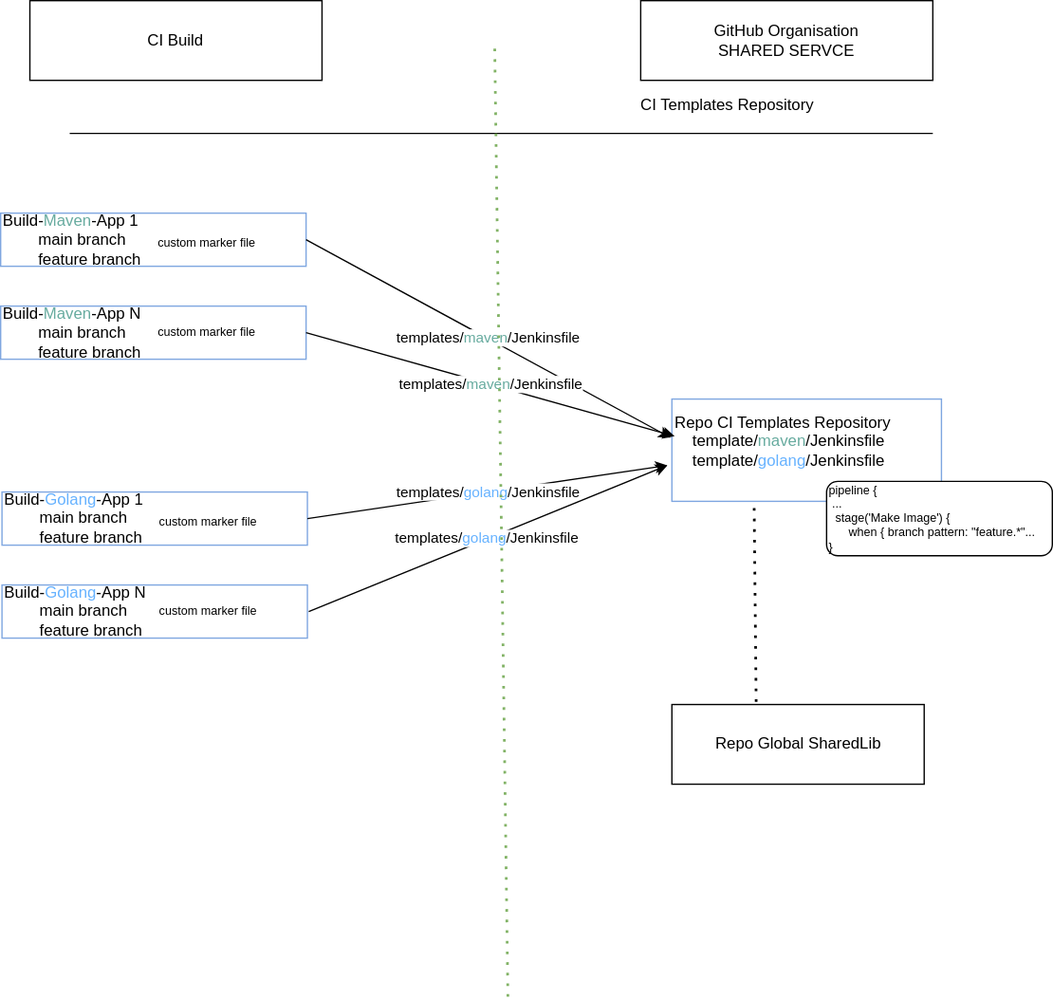
The draw.io diagram images/CI-Diagramms-CustomMarkerFiles.drawio.svg in cb-ci-templates/ci-templates, before a commit. Source tidied: cells renumbered, new cells last; positions are measured from the earlier drawing's top-left corner, leaving out a move shared by most shapes. Its diagram source:
```xml
<mxGraphModel>
  <root>
    <mxCell id="0" />
    <mxCell id="1" parent="0" />
    <mxCell id="2" value="Build-&lt;font color=&quot;#67ab9f&quot;&gt;Maven&lt;/font&gt;-App 1&lt;br&gt;&lt;span style=&quot;white-space: pre&quot;&gt;&#9;&lt;/span&gt;main branch&lt;br&gt;&lt;span style=&quot;white-space: pre&quot;&gt;&#9;&lt;/span&gt;feature branch" style="rounded=0;whiteSpace=wrap;html=1;strokeColor=#7EA6E0;align=left;" parent="1" vertex="1">
      <mxGeometry y="160" width="230" height="40" as="geometry" />
    </mxCell>
    <mxCell id="3" value="Build-&lt;font color=&quot;#67ab9f&quot;&gt;Maven&lt;/font&gt;-App N&lt;br&gt;&lt;span style=&quot;white-space: pre&quot;&gt;&#9;&lt;/span&gt;main branch&lt;br&gt;&lt;span style=&quot;white-space: pre&quot;&gt;&#9;&lt;/span&gt;feature branch" style="rounded=0;whiteSpace=wrap;html=1;strokeColor=#7EA6E0;align=left;" parent="1" vertex="1">
      <mxGeometry y="230" width="230" height="40" as="geometry" />
    </mxCell>
    <mxCell id="4" style="endArrow=none;html=1;rounded=0;" parent="1" edge="1">
      <mxGeometry relative="1" as="geometry">
        <mxPoint x="52" y="100" as="sourcePoint" />
        <mxPoint x="702" y="100" as="targetPoint" />
      </mxGeometry>
    </mxCell>
    <mxCell id="5" value="CI Templates Repository" style="text;html=1;align=center;verticalAlign=middle;strokeColor=none;fillColor=none;" parent="1" vertex="1">
      <mxGeometry x="472" y="64" width="150" height="30" as="geometry" />
    </mxCell>
    <mxCell id="6" value="Repo CI Templates Repository&lt;br&gt;&lt;span style=&quot;&quot;&gt;&lt;span style=&quot;white-space: pre;&quot;&gt;&amp;nbsp;&amp;nbsp;&amp;nbsp;&amp;nbsp;&lt;/span&gt;&lt;/span&gt;template/&lt;font color=&quot;#67ab9f&quot;&gt;maven&lt;/font&gt;/Jenkinsfile&lt;br&gt;&lt;span style=&quot;&quot;&gt;&lt;span style=&quot;white-space: pre;&quot;&gt;&amp;nbsp;&amp;nbsp;&amp;nbsp;&amp;nbsp;&lt;/span&gt;&lt;/span&gt;template/&lt;font color=&quot;#66b2ff&quot;&gt;golang&lt;/font&gt;/Jenkinsfile&lt;br&gt;&lt;span style=&quot;&quot;&gt;&lt;span style=&quot;&quot;&gt;&amp;nbsp; &amp;nbsp;&amp;nbsp;&lt;span style=&quot;&quot;&gt;&lt;span style=&quot;white-space: pre;&quot;&gt;&amp;nbsp;&amp;nbsp;&amp;nbsp;&amp;nbsp;&lt;/span&gt;&lt;/span&gt;&lt;/span&gt;&lt;/span&gt;" style="rounded=0;whiteSpace=wrap;html=1;strokeColor=#7EA6E0;align=left;" parent="1" vertex="1">
      <mxGeometry x="505.5" y="300" width="203" height="77" as="geometry" />
    </mxCell>
    <mxCell id="7" value="custom marker file" style="text;html=1;align=center;verticalAlign=middle;strokeColor=none;fillColor=none;fontSize=9;" parent="1" vertex="1">
      <mxGeometry x="110" y="173" width="90" height="20" as="geometry" />
    </mxCell>
    <mxCell id="8" value="custom marker file" style="text;html=1;align=center;verticalAlign=middle;strokeColor=none;fillColor=none;fontSize=9;" parent="1" vertex="1">
      <mxGeometry x="110" y="240" width="90" height="20" as="geometry" />
    </mxCell>
    <mxCell id="9" value="&lt;div&gt;pipeline {&lt;/div&gt;&lt;div&gt;&amp;nbsp;...&amp;nbsp;&amp;nbsp;&lt;/div&gt;&lt;div&gt;&amp;nbsp; stage('Make Image') {&lt;br&gt;&lt;/div&gt;&lt;div&gt;&lt;span&gt;&lt;/span&gt;&amp;nbsp; &amp;nbsp; &amp;nbsp; when { branch pattern: &quot;feature.*&quot;...&lt;br&gt;&lt;/div&gt;&lt;div&gt;}&lt;/div&gt;" style="rounded=1;whiteSpace=wrap;html=1;fontSize=9;align=left;" parent="1" vertex="1">
      <mxGeometry x="622" y="362" width="170" height="56" as="geometry" />
    </mxCell>
    <mxCell id="10" value="CI Build" style="whiteSpace=wrap;html=1;" parent="1" vertex="1">
      <mxGeometry x="22" width="220" height="60" as="geometry" />
    </mxCell>
    <mxCell id="11" value="GitHub Organisation&lt;br&gt;SHARED SERVCE" style="whiteSpace=wrap;html=1;" parent="1" vertex="1">
      <mxGeometry x="482" width="220" height="60" as="geometry" />
    </mxCell>
    <mxCell id="12" value="templates/&lt;font color=&quot;#67ab9f&quot;&gt;maven&lt;/font&gt;/Jenkinsfile" style="endArrow=classic;html=1;rounded=0;entryX=-0.005;entryY=0.377;entryDx=0;entryDy=0;entryPerimeter=0;exitX=1;exitY=0.5;exitDx=0;exitDy=0;" parent="1" edge="1" source="2" target="6">
      <mxGeometry relative="1" as="geometry" />
    </mxCell>
    <mxCell id="13" value="templates/&lt;font color=&quot;#67ab9f&quot;&gt;maven&lt;/font&gt;/Jenkinsfile" style="endArrow=classic;html=1;rounded=0;exitX=1;exitY=0.5;exitDx=0;exitDy=0;entryX=0.01;entryY=0.364;entryDx=0;entryDy=0;entryPerimeter=0;" parent="1" edge="1" source="3" target="6">
      <mxGeometry relative="1" as="geometry" />
    </mxCell>
    <mxCell id="14" value="Build-&lt;font color=&quot;#66b2ff&quot;&gt;Golang&lt;/font&gt;-App 1&lt;br&gt;&lt;span style=&quot;white-space: pre&quot;&gt;&#9;&lt;/span&gt;main branch&lt;br&gt;&lt;span style=&quot;white-space: pre&quot;&gt;&#9;&lt;/span&gt;feature branch" style="rounded=0;whiteSpace=wrap;html=1;strokeColor=#7EA6E0;align=left;" parent="1" vertex="1">
      <mxGeometry x="1" y="370" width="230" height="40" as="geometry" />
    </mxCell>
    <mxCell id="15" value="Build-&lt;font color=&quot;#66b2ff&quot;&gt;Golang&lt;/font&gt;-App N&lt;br&gt;&lt;span style=&quot;white-space: pre&quot;&gt;&#9;&lt;/span&gt;main branch&lt;br&gt;&lt;span style=&quot;white-space: pre&quot;&gt;&#9;&lt;/span&gt;feature branch" style="rounded=0;whiteSpace=wrap;html=1;strokeColor=#7EA6E0;align=left;" parent="1" vertex="1">
      <mxGeometry x="1" y="440" width="230" height="40" as="geometry" />
    </mxCell>
    <mxCell id="16" value="custom marker file" style="text;html=1;align=center;verticalAlign=middle;strokeColor=none;fillColor=none;fontSize=9;" parent="1" vertex="1">
      <mxGeometry x="111" y="383" width="90" height="20" as="geometry" />
    </mxCell>
    <mxCell id="17" value="custom marker file" style="text;html=1;align=center;verticalAlign=middle;strokeColor=none;fillColor=none;fontSize=9;" parent="1" vertex="1">
      <mxGeometry x="111" y="450" width="90" height="20" as="geometry" />
    </mxCell>
    <mxCell id="18" value="templates/&lt;font color=&quot;#66b2ff&quot;&gt;golang&lt;/font&gt;/Jenkinsfile" style="endArrow=classic;html=1;rounded=0;exitX=1;exitY=0.5;exitDx=0;exitDy=0;" parent="1" edge="1" source="14">
      <mxGeometry relative="1" as="geometry">
        <mxPoint x="502" y="350" as="targetPoint" />
      </mxGeometry>
    </mxCell>
    <mxCell id="19" value="templates/&lt;font color=&quot;#66b2ff&quot;&gt;golang&lt;/font&gt;/Jenkinsfile" style="endArrow=classic;html=1;rounded=0;" parent="1" edge="1">
      <mxGeometry x="-0.01" relative="1" as="geometry">
        <mxPoint x="232" y="460" as="sourcePoint" />
        <mxPoint x="502" y="350" as="targetPoint" />
      </mxGeometry>
    </mxCell>
    <mxCell id="20" value="Repo Global SharedLib" style="rounded=0;whiteSpace=wrap;html=1;" parent="1" vertex="1">
      <mxGeometry x="505.5" y="530" width="190" height="60" as="geometry" />
    </mxCell>
    <mxCell id="21" style="endArrow=none;dashed=1;html=1;dashPattern=1 3;strokeWidth=2;rounded=0;exitX=0.334;exitY=-0.033;exitDx=0;exitDy=0;exitPerimeter=0;entryX=0.305;entryY=0.987;entryDx=0;entryDy=0;entryPerimeter=0;" parent="1" edge="1" source="20" target="6">
      <mxGeometry relative="1" as="geometry" />
    </mxCell>
    <mxCell id="22" style="endArrow=none;dashed=1;html=1;dashPattern=1 3;strokeWidth=2;rounded=0;fillColor=#d5e8d4;strokeColor=#82b366;" parent="1" edge="1">
      <mxGeometry relative="1" as="geometry">
        <mxPoint x="382" y="750" as="sourcePoint" />
        <mxPoint x="372" y="30" as="targetPoint" />
      </mxGeometry>
    </mxCell>
  </root>
</mxGraphModel>
```
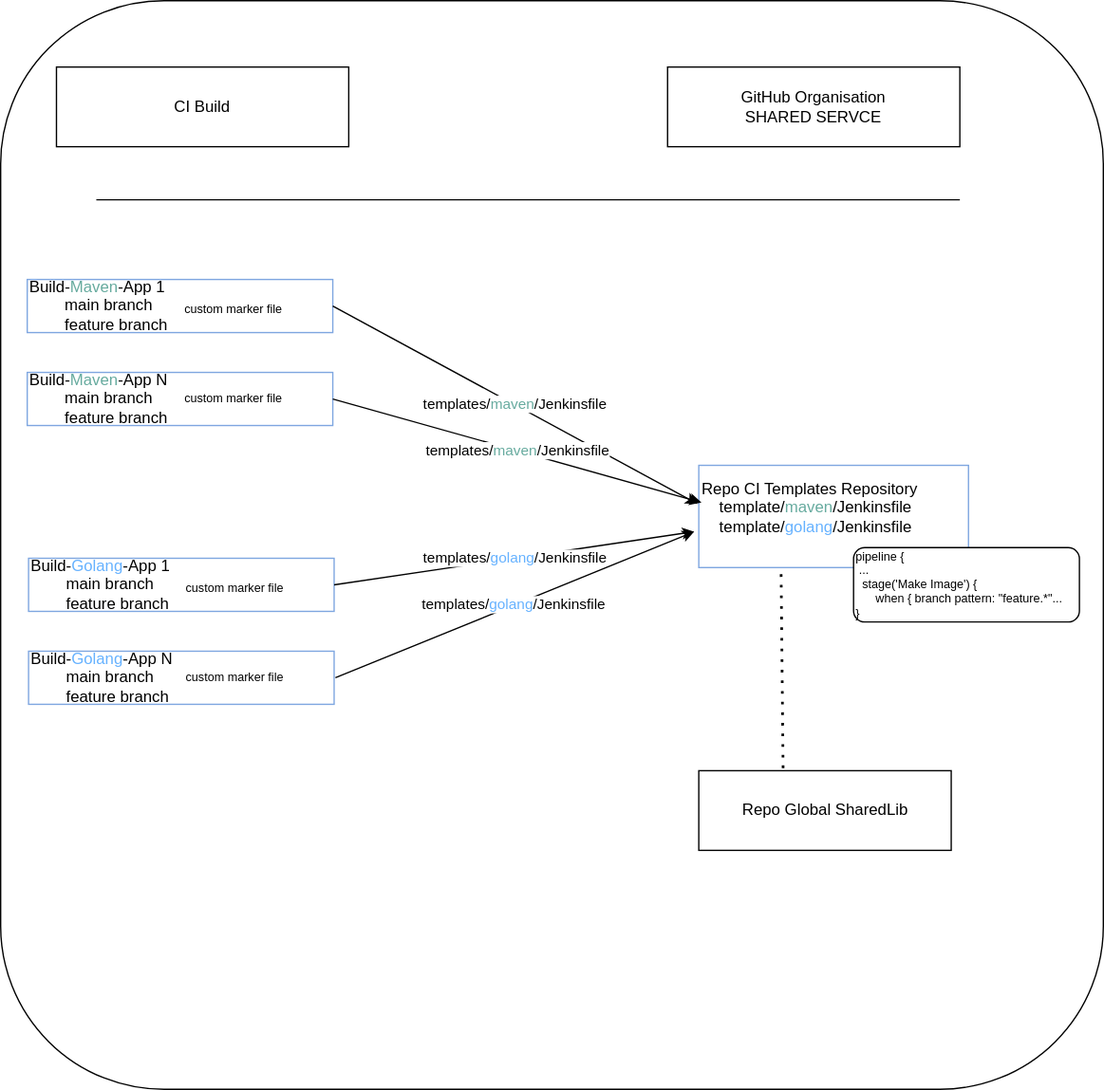
The same file after the commit.

The edit, as a diff of the source:
```diff
@@ -14,9 +14,6 @@
         <mxPoint x="702" y="100" as="targetPoint" />
       </mxGeometry>
     </mxCell>
-    <mxCell id="5" value="CI Templates Repository" style="text;html=1;align=center;verticalAlign=middle;strokeColor=none;fillColor=none;" parent="1" vertex="1">
-      <mxGeometry x="472" y="64" width="150" height="30" as="geometry" />
-    </mxCell>
     <mxCell id="6" value="Repo CI Templates Repository&lt;br&gt;&lt;span style=&quot;&quot;&gt;&lt;span style=&quot;white-space: pre;&quot;&gt;&amp;nbsp;&amp;nbsp;&amp;nbsp;&amp;nbsp;&lt;/span&gt;&lt;/span&gt;template/&lt;font color=&quot;#67ab9f&quot;&gt;maven&lt;/font&gt;/Jenkinsfile&lt;br&gt;&lt;span style=&quot;&quot;&gt;&lt;span style=&quot;white-space: pre;&quot;&gt;&amp;nbsp;&amp;nbsp;&amp;nbsp;&amp;nbsp;&lt;/span&gt;&lt;/span&gt;template/&lt;font color=&quot;#66b2ff&quot;&gt;golang&lt;/font&gt;/Jenkinsfile&lt;br&gt;&lt;span style=&quot;&quot;&gt;&lt;span style=&quot;&quot;&gt;&amp;nbsp; &amp;nbsp;&amp;nbsp;&lt;span style=&quot;&quot;&gt;&lt;span style=&quot;white-space: pre;&quot;&gt;&amp;nbsp;&amp;nbsp;&amp;nbsp;&amp;nbsp;&lt;/span&gt;&lt;/span&gt;&lt;/span&gt;&lt;/span&gt;" style="rounded=0;whiteSpace=wrap;html=1;strokeColor=#7EA6E0;align=left;" parent="1" vertex="1">
       <mxGeometry x="505.5" y="300" width="203" height="77" as="geometry" />
     </mxCell>
@@ -70,11 +67,8 @@
     <mxCell id="21" style="endArrow=none;dashed=1;html=1;dashPattern=1 3;strokeWidth=2;rounded=0;exitX=0.334;exitY=-0.033;exitDx=0;exitDy=0;exitPerimeter=0;entryX=0.305;entryY=0.987;entryDx=0;entryDy=0;entryPerimeter=0;" parent="1" edge="1" source="20" target="6">
       <mxGeometry relative="1" as="geometry" />
     </mxCell>
-    <mxCell id="22" style="endArrow=none;dashed=1;html=1;dashPattern=1 3;strokeWidth=2;rounded=0;fillColor=#d5e8d4;strokeColor=#82b366;" parent="1" edge="1">
-      <mxGeometry relative="1" as="geometry">
-        <mxPoint x="382" y="750" as="sourcePoint" />
-        <mxPoint x="372" y="30" as="targetPoint" />
-      </mxGeometry>
-    </mxCell>
+    <mxCell id="23" style="rounded=1;whiteSpace=wrap;html=1;fillColor=none;" parent="1" vertex="1">
+      <mxGeometry x="-20" y="-50" width="830" height="820" as="geometry" />
+    </mxCell>
   </root>
 </mxGraphModel>
```
